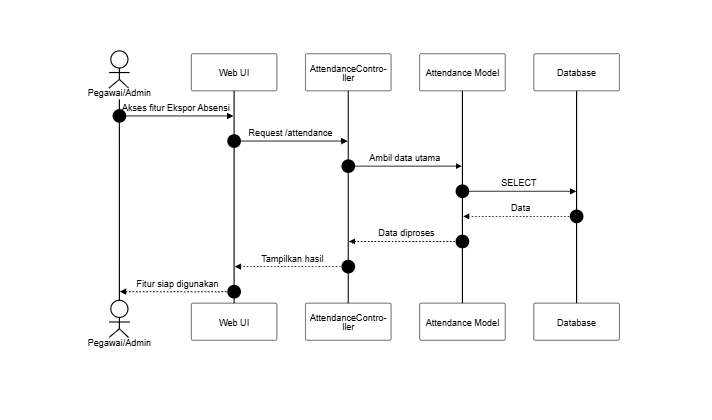
Earlier version of the Mermaid export docs/SequenceDiagram/PNG_Transparent/AbsensiSaya-EksporAbsensi.png (SulaimanHafi23/SimpegRSHDI). Its source is kept beside it as docs/SequenceDiagram/AbsensiSaya-EksporAbsensi.mermaid. The source it was exported from:
```mermaid
%%{init: {"theme": "base", "themeVariables": {"background": "#dddddd", "primaryColor": "#ffffff", "primaryBorderColor": "#000000", "primaryTextColor": "#000000", "lineColor": "#000000", "textColor": "#000000", "actorBkg": "#ffffff", "actorBorder": "#000000", "actorTextColor": "#000000", "activationBkgColor": "#ffffff", "activationBorderColor": "#000000", "signalColor": "#000000", "signalTextColor": "#000000", "labelBoxBkgColor": "#ffffff", "labelBoxBorderColor": "#000000", "labelTextColor": "#000000", "sequenceNumberColor": "#000000", "noteBkgColor": "#ffffff", "noteBorderColor": "#000000", "noteTextColor": "#000000"}, "sequence": {"useMaxWidth": true, "wrap": true, "messageFontSize": 12, "noteFontSize": 12}}}%%
sequenceDiagram
    autonumber
    actor A as Pegawai/Admin
    participant UI as Web UI
    participant C as AttendanceController
    participant M as Attendance Model
    participant DB as Database

    A->>UI: Akses fitur Ekspor Absensi
    UI->>C: Request /attendance
    C->>M: Ambil data utama
    M->>DB: SELECT
    DB-->>M: Data
    M-->>C: Data diproses
    C-->>UI: Tampilkan hasil
    UI-->>A: Fitur siap digunakan
```
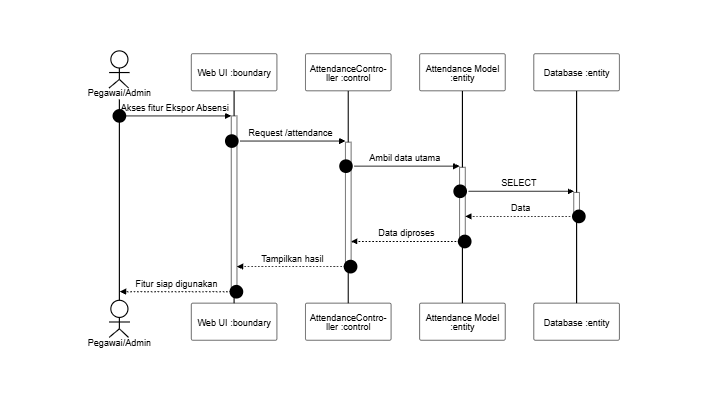
After the change.

Change to the diagram source:
```diff
@@ -2,16 +2,16 @@
 sequenceDiagram
     autonumber
     actor A as Pegawai/Admin
-    participant UI as Web UI
-    participant C as AttendanceController
-    participant M as Attendance Model
-    participant DB as Database
+    participant UI as Web UI :boundary
+    participant C as AttendanceController :control
+    participant M as Attendance Model :entity
+    participant DB as Database :entity
 
-    A->>UI: Akses fitur Ekspor Absensi
-    UI->>C: Request /attendance
-    C->>M: Ambil data utama
-    M->>DB: SELECT
-    DB-->>M: Data
-    M-->>C: Data diproses
-    C-->>UI: Tampilkan hasil
-    UI-->>A: Fitur siap digunakan
+    A->>+UI: Akses fitur Ekspor Absensi
+    UI->>+C: Request /attendance
+    C->>+M: Ambil data utama
+    M->>+DB: SELECT
+    DB-->>-M: Data
+    M-->>-C: Data diproses
+    C-->>-UI: Tampilkan hasil
+    UI-->>-A: Fitur siap digunakan
```
